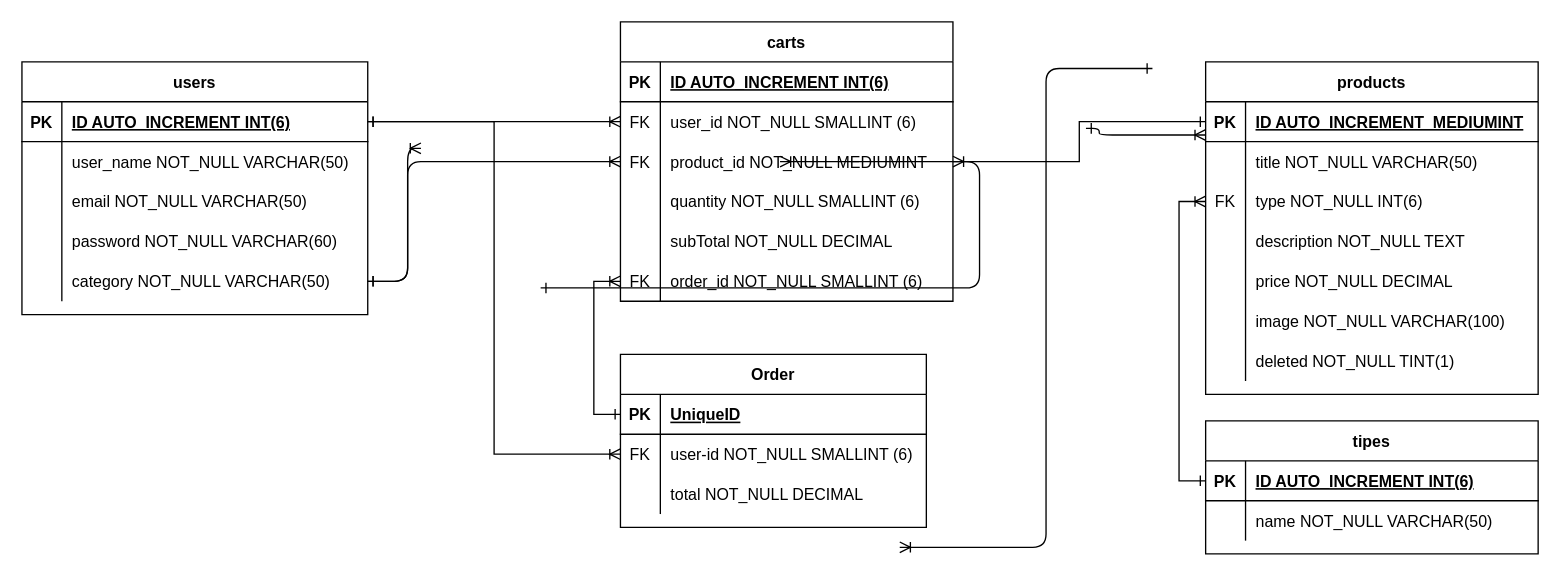
Before: database-diagram.drawio in Juan-Ignacio-Bordignon/Proyecto-Ecommerce, a draw.io diagram. Source tidied: cells renumbered, new cells numbered last; positions are measured from the earlier drawing's top-left corner, leaving out a move shared by most shapes. Both pictures are drawn from the tidied source at 133%, with x=0, y=0 at pixel (21, 21).
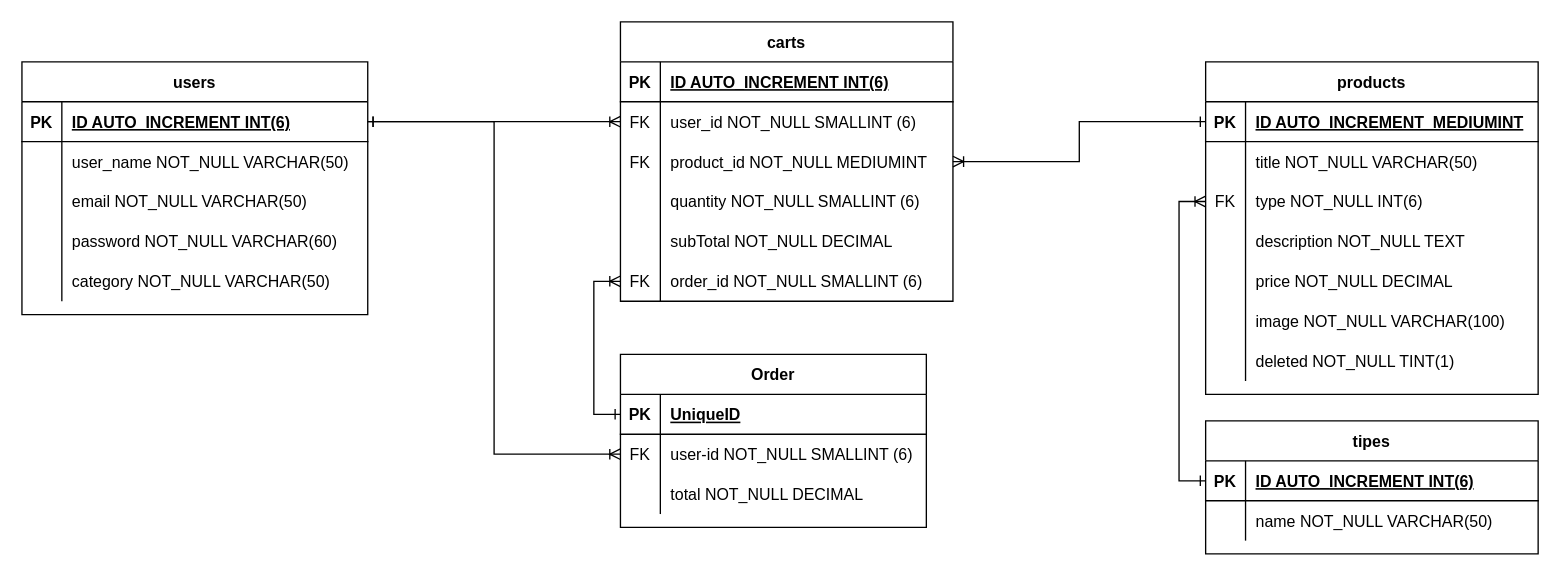
The same page after the edit.

Commit message:
Correcciones al diagrama de la BdD

Change to the diagram source:
```diff
@@
-    <mxCell id="2" style="edgeStyle=elbowEdgeStyle;fontSize=12;html=1;endArrow=ERoneToMany;startArrow=ERone;startFill=0;exitX=1;exitY=0.5;exitDx=0;exitDy=0;entryX=0;entryY=0.5;entryDx=0;entryDy=0;" parent="1" edge="1">
-      <mxGeometry relative="1" as="geometry">
-        <mxPoint x="260" y="195" as="sourcePoint" />
-        <mxPoint x="300" y="95" as="targetPoint" />
-        <Array as="points">
-          <mxPoint x="290" y="195" />
-        </Array>
-      </mxGeometry>
-    </mxCell>
-    <mxCell id="3" style="edgeStyle=elbowEdgeStyle;fontSize=12;html=1;endArrow=ERoneToMany;entryX=1;entryY=0.5;entryDx=0;entryDy=0;startArrow=ERone;startFill=0;exitX=0;exitY=0.5;exitDx=0;exitDy=0;" parent="1" edge="1">
-      <mxGeometry relative="1" as="geometry">
-        <mxPoint x="390" y="200" as="sourcePoint" />
-        <mxPoint x="570" y="105" as="targetPoint" />
-        <Array as="points">
-          <mxPoint x="720" y="80" />
-          <mxPoint x="760" y="130" />
-        </Array>
-      </mxGeometry>
-    </mxCell>
-    <mxCell id="4" style="edgeStyle=elbowEdgeStyle;fontSize=12;html=1;endArrow=ERoneToMany;entryX=0;entryY=0.5;entryDx=0;entryDy=0;exitX=0;exitY=0.5;exitDx=0;exitDy=0;startArrow=ERone;startFill=0;" parent="1" edge="1">
-      <mxGeometry relative="1" as="geometry">
-        <mxPoint x="800" y="80" as="sourcePoint" />
-        <mxPoint x="890" y="85" as="targetPoint" />
-        <Array as="points">
-          <mxPoint x="810" y="240" />
-        </Array>
-      </mxGeometry>
-    </mxCell>
-    <mxCell id="5" style="edgeStyle=elbowEdgeStyle;fontSize=12;html=1;endArrow=ERoneToMany;startArrow=ERone;startFill=0;exitX=1;exitY=0.5;exitDx=0;exitDy=0;entryX=0;entryY=0.5;entryDx=0;entryDy=0;" parent="1" edge="1">
-      <mxGeometry relative="1" as="geometry">
-        <mxPoint x="260" y="195" as="sourcePoint" />
-        <mxPoint x="450" y="105" as="targetPoint" />
-        <Array as="points">
-          <mxPoint x="290" y="280" />
-          <mxPoint x="350" y="260" />
-        </Array>
-      </mxGeometry>
-    </mxCell>
-    <mxCell id="6" style="edgeStyle=elbowEdgeStyle;fontSize=12;html=1;endArrow=ERoneToMany;entryX=1;entryY=0.5;entryDx=0;entryDy=0;startArrow=ERone;startFill=0;exitX=0;exitY=0.5;exitDx=0;exitDy=0;" parent="1" edge="1">
-      <mxGeometry relative="1" as="geometry">
-        <mxPoint x="850" y="35" as="sourcePoint" />
-        <mxPoint x="660" y="395" as="targetPoint" />
-        <Array as="points">
-          <mxPoint x="770" y="210" />
-          <mxPoint x="770" y="140" />
-        </Array>
-      </mxGeometry>
-    </mxCell>
```
